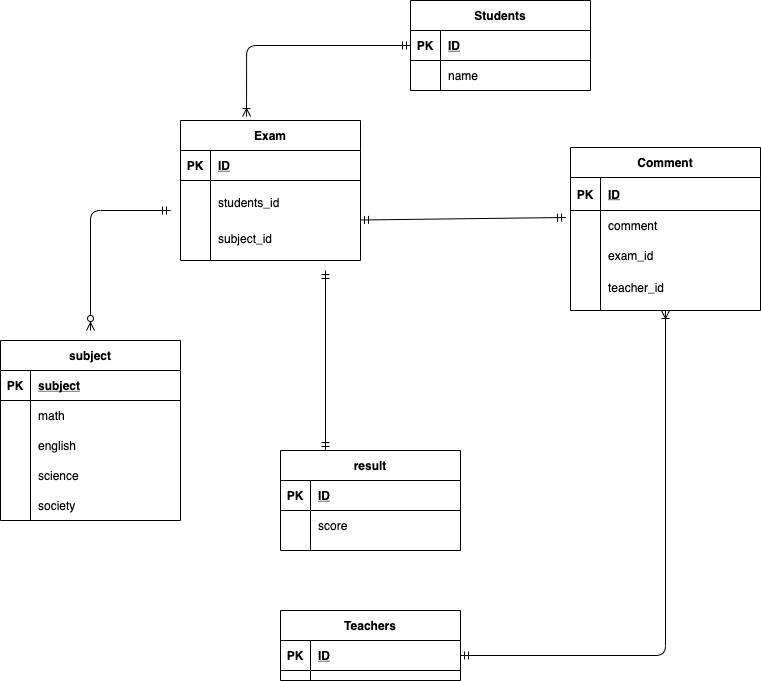
This is er.drawio.png from miki42white/ER-test, a draw.io export, as it was before one commit. Source tidied: cells renumbered, new cells last; positions are measured from the earlier drawing's top-left corner, leaving out a move shared by most shapes.
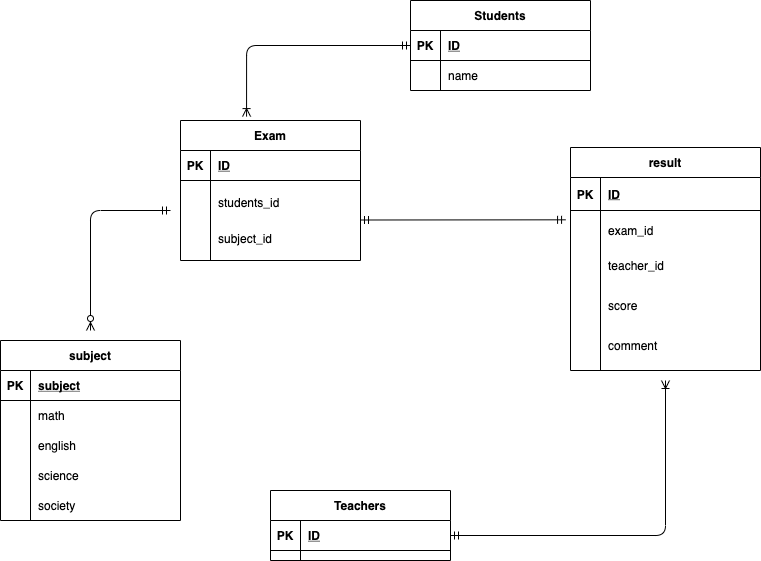
The same diagram one commit later.

Diff of the diagram source:
```diff
@@ -53,8 +53,8 @@
     <mxCell id="18" value="subject_id" style="shape=partialRectangle;fillColor=none;top=0;left=0;bottom=0;right=0;align=left;spacingLeft=6;overflow=hidden;" parent="16" vertex="1">
       <mxGeometry x="30" width="150" height="30" as="geometry" />
     </mxCell>
-    <mxCell id="19" value="Comment" style="shape=table;startSize=30;rowLines=0;fontStyle=1;align=center;" parent="1" vertex="1">
-      <mxGeometry x="570" y="147" width="190" height="163" as="geometry" />
+    <mxCell id="19" value="result" style="shape=table;startSize=30;rowLines=0;fontStyle=1;align=center;" parent="1" vertex="1">
+      <mxGeometry x="570" y="147" width="190" height="223" as="geometry" />
     </mxCell>
     <mxCell id="20" style="shape=partialRectangle;fillColor=none;top=0;left=0;bottom=1;right=0;" parent="19" vertex="1">
       <mxGeometry y="30" width="190" height="33" as="geometry" />
@@ -66,25 +66,25 @@
       <mxGeometry x="30" width="160" height="33" as="geometry" />
     </mxCell>
     <mxCell id="23" style="shape=partialRectangle;fillColor=none;top=0;left=0;bottom=0;right=0;points=[[0,0.5],[1,0.5]];portConstraint=eastwest;" parent="19" vertex="1">
-      <mxGeometry y="63" width="190" height="30" as="geometry" />
+      <mxGeometry y="63" width="190" height="40" as="geometry" />
     </mxCell>
     <mxCell id="24" style="shape=partialRectangle;fillColor=none;top=0;left=0;bottom=0;right=0;overflow=hidden;" parent="23" vertex="1">
-      <mxGeometry width="30" height="30" as="geometry" />
+      <mxGeometry width="30" height="40" as="geometry" />
     </mxCell>
-    <mxCell id="25" value="comment" style="shape=partialRectangle;fillColor=none;top=0;left=0;bottom=0;right=0;align=left;spacingLeft=6;overflow=hidden;" parent="23" vertex="1">
-      <mxGeometry x="30" width="160" height="30" as="geometry" />
+    <mxCell id="25" value="exam_id" style="shape=partialRectangle;fillColor=none;top=0;left=0;bottom=0;right=0;align=left;spacingLeft=6;overflow=hidden;" parent="23" vertex="1">
+      <mxGeometry x="30" width="160" height="40" as="geometry" />
     </mxCell>
     <mxCell id="26" style="shape=partialRectangle;fillColor=none;top=0;left=0;bottom=0;right=0;" parent="19" vertex="1">
-      <mxGeometry y="93" width="190" height="30" as="geometry" />
+      <mxGeometry y="103" width="190" height="30" as="geometry" />
     </mxCell>
     <mxCell id="27" style="shape=partialRectangle;fillColor=none;top=0;left=0;bottom=0;right=0;overflow=hidden;" parent="26" vertex="1">
       <mxGeometry width="30" height="30" as="geometry" />
     </mxCell>
-    <mxCell id="28" value="exam_id" style="shape=partialRectangle;fillColor=none;top=0;left=0;bottom=0;right=0;align=left;spacingLeft=6;overflow=hidden;" parent="26" vertex="1">
+    <mxCell id="28" value="teacher_id" style="shape=partialRectangle;fillColor=none;top=0;left=0;bottom=0;right=0;align=left;spacingLeft=6;overflow=hidden;" parent="26" vertex="1">
       <mxGeometry x="30" width="160" height="30" as="geometry" />
     </mxCell>
     <mxCell id="29" value="Teachers" style="shape=table;startSize=30;rowLines=0;fontStyle=1;align=center;" parent="1" vertex="1">
-      <mxGeometry x="280" y="610" width="180" height="70" as="geometry" />
+      <mxGeometry x="270" y="490" width="180" height="70" as="geometry" />
     </mxCell>
     <mxCell id="30" style="shape=partialRectangle;fillColor=none;top=0;left=0;bottom=1;right=0;points=[[0,0.5],[1,0.5]];portConstraint=eastwest;" parent="29" vertex="1">
       <mxGeometry y="30" width="180" height="30" as="geometry" />
@@ -95,17 +95,10 @@
     <mxCell id="32" value="ID" style="shape=partialRectangle;fillColor=none;top=0;left=0;bottom=0;right=0;align=left;spacingLeft=6;fontStyle=5;overflow=hidden;" parent="30" vertex="1">
       <mxGeometry x="30" width="150" height="30" as="geometry" />
     </mxCell>
-    <mxCell id="33" style="shape=partialRectangle;fillColor=none;top=0;left=0;bottom=0;right=0;" parent="1" vertex="1">
-      <mxGeometry x="280" y="510" width="180" height="30" as="geometry" />
-    </mxCell>
-    <mxCell id="34" style="shape=partialRectangle;fillColor=none;top=0;left=0;bottom=0;right=0;overflow=hidden;" parent="33" vertex="1">
-      <mxGeometry width="30" height="30" as="geometry" />
-    </mxCell>
-    <mxCell id="35" value="score" style="shape=partialRectangle;fillColor=none;top=0;left=0;bottom=0;right=0;align=left;spacingLeft=6;overflow=hidden;" parent="33" vertex="1">
-      <mxGeometry x="30" width="150" height="30" as="geometry" />
-    </mxCell>
-    <mxCell id="36" style="fontSize=12;html=1;endArrow=ERoneToMany;startArrow=ERmandOne;exitX=1;exitY=0.5;exitDx=0;exitDy=0;edgeStyle=orthogonalEdgeStyle;entryX=0.5;entryY=1;entryDx=0;entryDy=0;" parent="1" edge="1" source="30" target="19">
-      <mxGeometry relative="1" as="geometry" />
+    <mxCell id="36" style="fontSize=12;html=1;endArrow=ERoneToMany;startArrow=ERmandOne;exitX=1;exitY=0.5;exitDx=0;exitDy=0;edgeStyle=orthogonalEdgeStyle;" parent="1" edge="1" source="30">
+      <mxGeometry relative="1" as="geometry">
+        <mxPoint x="665" y="380" as="targetPoint" />
+      </mxGeometry>
     </mxCell>
     <mxCell id="37" style="edgeStyle=orthogonalEdgeStyle;fontSize=12;html=1;endArrow=ERoneToMany;startArrow=ERmandOne;entryX=0.367;entryY=-0.028;entryDx=0;entryDy=0;entryPerimeter=0;" parent="1" edge="1" source="3" target="9">
       <mxGeometry relative="1" as="geometry" />
@@ -157,8 +150,8 @@
     <mxCell id="52" value="society" style="shape=partialRectangle;fillColor=none;top=0;left=0;bottom=0;right=0;align=left;spacingLeft=6;overflow=hidden;" parent="1" vertex="1">
       <mxGeometry x="30" y="490" width="150" height="30" as="geometry" />
     </mxCell>
-    <mxCell id="53" value="teacher_id" style="shape=partialRectangle;fillColor=none;top=0;left=0;bottom=0;right=0;align=left;spacingLeft=6;overflow=hidden;" parent="1" vertex="1">
-      <mxGeometry x="600" y="271.5" width="160" height="30" as="geometry" />
+    <mxCell id="53" value="comment" style="shape=partialRectangle;fillColor=none;top=0;left=0;bottom=0;right=0;align=left;spacingLeft=6;overflow=hidden;" parent="1" vertex="1">
+      <mxGeometry x="600" y="330" width="160" height="30" as="geometry" />
     </mxCell>
     <mxCell id="54" style="edgeStyle=orthogonalEdgeStyle;fontSize=12;html=1;endArrow=ERzeroToMany;startArrow=ERmandOne;" parent="1" edge="1">
       <mxGeometry relative="1" as="geometry">
@@ -166,22 +159,8 @@
         <mxPoint x="90" y="330" as="targetPoint" />
       </mxGeometry>
     </mxCell>
-    <mxCell id="55" value="result" style="shape=table;startSize=30;rowLines=0;fontStyle=1;align=center;" parent="1" vertex="1">
-      <mxGeometry x="280" y="450" width="180" height="100" as="geometry" />
-    </mxCell>
-    <mxCell id="56" style="shape=partialRectangle;fillColor=none;top=0;left=0;bottom=1;right=0;" parent="55" vertex="1">
-      <mxGeometry y="30" width="180" height="30" as="geometry" />
-    </mxCell>
-    <mxCell id="57" value="PK" style="shape=partialRectangle;fillColor=none;top=0;left=0;bottom=0;right=0;fontStyle=1;overflow=hidden;" parent="56" vertex="1">
-      <mxGeometry width="30" height="30" as="geometry" />
-    </mxCell>
-    <mxCell id="58" value="ID" style="shape=partialRectangle;fillColor=none;top=0;left=0;bottom=0;right=0;align=left;spacingLeft=6;fontStyle=5;overflow=hidden;" parent="56" vertex="1">
-      <mxGeometry x="30" width="150" height="30" as="geometry" />
-    </mxCell>
-    <mxCell id="59" style="fontSize=12;html=1;endArrow=ERmandOne;startArrow=ERmandOne;exitX=0.25;exitY=0;exitDx=0;exitDy=0;" parent="1" edge="1" source="55">
-      <mxGeometry relative="1" as="geometry">
-        <mxPoint x="325" y="270" as="targetPoint" />
-      </mxGeometry>
-    </mxCell>
+    <mxCell id="35" value="score" style="shape=partialRectangle;fillColor=none;top=0;left=0;bottom=0;right=0;align=left;spacingLeft=6;overflow=hidden;" parent="1" vertex="1">
+      <mxGeometry x="600" y="290" width="160" height="30" as="geometry" />
+    </mxCell>
   </root>
 </mxGraphModel>
```
